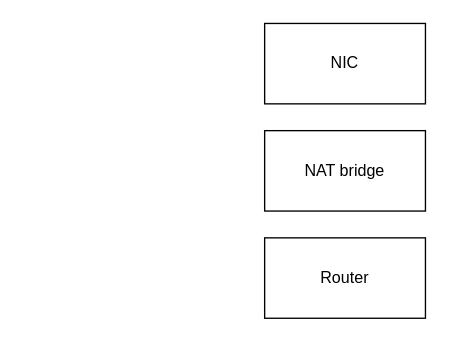
This is 230227_1.drawio from yokikim/Report-resource-linux, a draw.io file, before an edit. Source tidied: cells renumbered, new cells numbered last; positions are measured from the earlier drawing's top-left corner, leaving out a move shared by most shapes. Both pictures are drawn from the tidied source at 134%, with x=0, y=0 at pixel (264, 23).
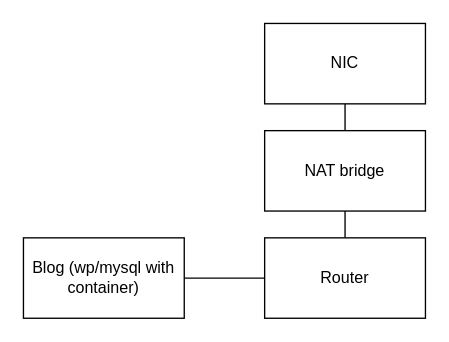
After the change.

Diff of the diagram source:
```diff
@@
 <mxGraphModel>
   <root>
     <mxCell id="0" />
     <mxCell id="1" parent="0" />
+    <mxCell id="5" style="edgeStyle=orthogonalEdgeStyle;rounded=0;jettySize=auto;html=1;entryX=0.5;entryY=0;entryDx=0;entryDy=0;endArrow=none;endFill=0;" parent="1" edge="1" source="2" target="3">
+      <mxGeometry relative="1" as="geometry" />
+    </mxCell>
     <mxCell id="2" value="NIC" style="rounded=0;whiteSpace=wrap;html=1;" parent="1" vertex="1">
       <mxGeometry width="120" height="60" as="geometry" />
     </mxCell>
+    <mxCell id="6" style="edgeStyle=orthogonalEdgeStyle;rounded=0;jettySize=auto;html=1;entryX=0.5;entryY=0;entryDx=0;entryDy=0;endArrow=none;endFill=0;" parent="1" edge="1" source="3" target="4">
+      <mxGeometry relative="1" as="geometry" />
+    </mxCell>
     <mxCell id="3" value="NAT bridge" style="rounded=0;whiteSpace=wrap;html=1;" parent="1" vertex="1">
       <mxGeometry y="80" width="120" height="60" as="geometry" />
     </mxCell>
+    <mxCell id="7" style="edgeStyle=orthogonalEdgeStyle;rounded=0;jettySize=auto;html=1;endArrow=none;endFill=0;" parent="1" edge="1" source="4" target="8">
+      <mxGeometry relative="1" as="geometry" />
+    </mxCell>
     <mxCell id="4" value="Router" style="rounded=0;whiteSpace=wrap;html=1;" parent="1" vertex="1">
       <mxGeometry y="160" width="120" height="60" as="geometry" />
     </mxCell>
+    <mxCell id="8" value="Blog (wp/mysql with container)" style="rounded=0;whiteSpace=wrap;html=1;" parent="1" vertex="1">
+      <mxGeometry x="-180" y="160" width="120" height="60" as="geometry" />
+    </mxCell>
   </root>
 </mxGraphModel>
```
